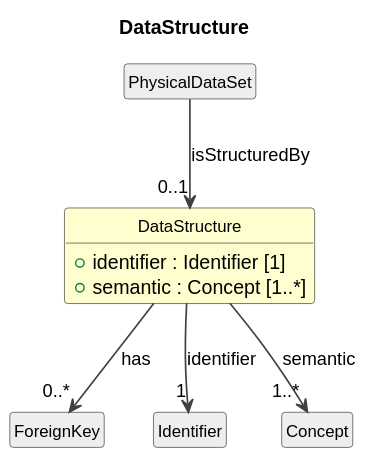
Cross-Domain-Interoperability-Framework/metadataBuildingBlocks keeps this PlantUML diagram as cdif-uml-model/_plantuml/cdifDataStructure/Classes/DataStructure.svg. Above is the earlier version. The source it was exported from:
```plantuml
@startuml
title DataStructure
hide circle
hide empty members
skinparam shadowing false
skinparam ArrowThickness 1.2
skinparam class {
  ArrowColor #404040
  BorderColor #404040
  FontSize 12
}

class "DataStructure" as DataStructure #FEFECE {
  +identifier : Identifier [1]
  +semantic : Concept [1..*]
}
class "ForeignKey" as ForeignKey #EEEEEE
DataStructure --> "0..*" ForeignKey : has
class "PhysicalDataSet" as PhysicalDataSet #EEEEEE
PhysicalDataSet --> "0..1" DataStructure : isStructuredBy
class "Identifier" as Identifier #EEEEEE
DataStructure --> "1" Identifier : identifier
class "Concept" as Concept #EEEEEE
DataStructure --> "1..*" Concept : semantic
@enduml
```
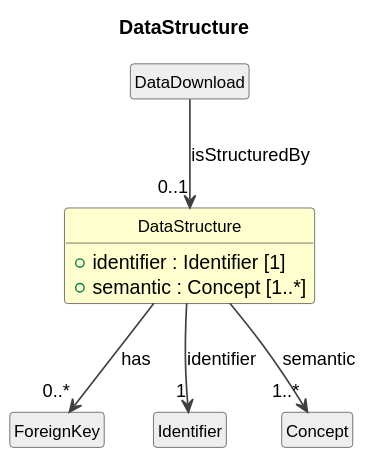
Above is the later version.

The edit, as a diff of the source:
```diff
@@ -16,8 +16,8 @@
 }
 class "ForeignKey" as ForeignKey #EEEEEE
 DataStructure --> "0..*" ForeignKey : has
-class "PhysicalDataSet" as PhysicalDataSet #EEEEEE
-PhysicalDataSet --> "0..1" DataStructure : isStructuredBy
+class "DataDownload" as DataDownload #EEEEEE
+DataDownload --> "0..1" DataStructure : isStructuredBy
 class "Identifier" as Identifier #EEEEEE
 DataStructure --> "1" Identifier : identifier
 class "Concept" as Concept #EEEEEE
```
